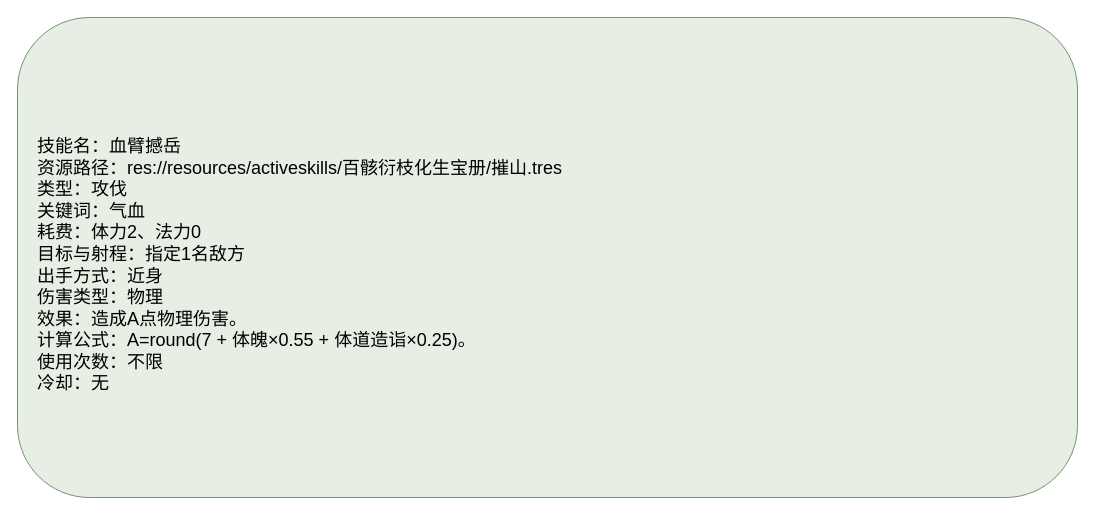
ankundanetracyc-spec/tian-guan-you-du keeps this draw.io diagram as docs/卡牌词典/秘籍技能/百骸衍枝化生宝册/血臂撼岳.drawio. Above is the earlier version. Source tidied: cells renumbered, new cells numbered last; positions are measured from the earlier drawing's top-left corner, leaving out a move shared by most shapes. Both pictures are drawn from the tidied source at 100%, with x=0, y=0 at pixel (17, 17).
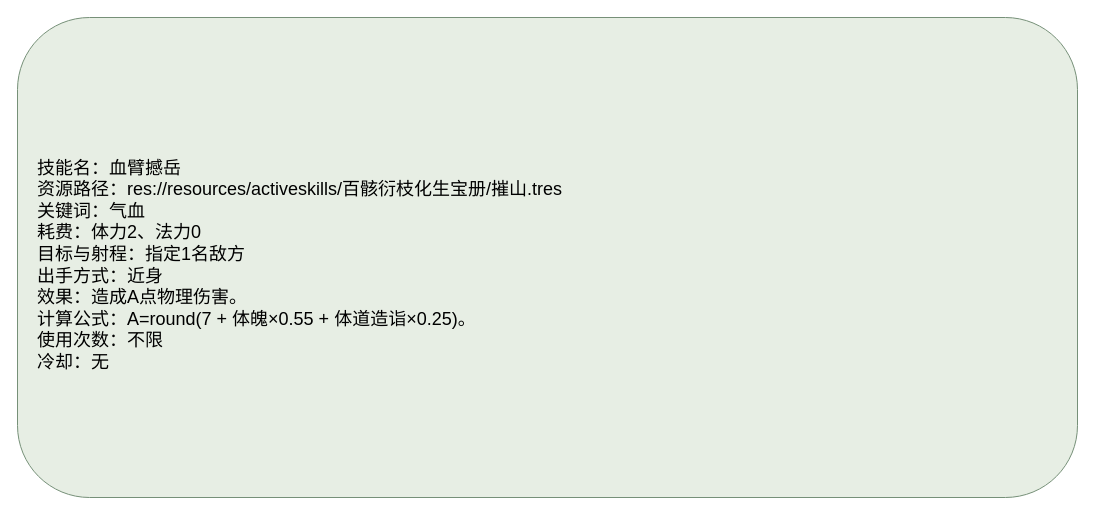
After the change.

The edit, as a diff of the source:
```diff
@@
 <mxGraphModel>
   <root>
     <mxCell id="0" />
     <mxCell id="1" parent="0" />
-    <mxCell id="2" value="&lt;div style=&quot;text-align:left;&quot;&gt;技能名：血臂撼岳&lt;br&gt;资源路径：res://resources/activeskills/百骸衍枝化生宝册/摧山.tres&lt;br&gt;类型：攻伐&lt;br&gt;关键词：气血&lt;br&gt;耗费：体力2、法力0&lt;br&gt;目标与射程：指定1名敌方&lt;br&gt;出手方式：近身&lt;br&gt;伤害类型：物理&lt;br&gt;效果：造成A点物理伤害。&lt;br&gt;计算公式：A=round(7 + 体魄×0.55 + 体道造诣×0.25)。&lt;br&gt;使用次数：不限&lt;br&gt;冷却：无&lt;/div&gt;" style="rounded=1;whiteSpace=wrap;html=1;fillColor=#e7eee4;strokeColor=#769078;fontSize=18;align=left;spacingLeft=18;spacingTop=16;" parent="1" vertex="1">
+    <mxCell id="2" value="&lt;div style=&quot;text-align:left;&quot;&gt;技能名：血臂撼岳&lt;br&gt;资源路径：res://resources/activeskills/百骸衍枝化生宝册/摧山.tres&lt;br&gt;关键词：气血&lt;br&gt;耗费：体力2、法力0&lt;br&gt;目标与射程：指定1名敌方&lt;br&gt;出手方式：近身&lt;br&gt;效果：造成A点物理伤害。&lt;br&gt;计算公式：A=round(7 + 体魄×0.55 + 体道造诣×0.25)。&lt;br&gt;使用次数：不限&lt;br&gt;冷却：无&lt;/div&gt;" style="rounded=1;whiteSpace=wrap;html=1;fillColor=#e7eee4;strokeColor=#769078;fontSize=18;align=left;spacingLeft=18;spacingTop=16;" parent="1" vertex="1">
       <mxGeometry width="1060" height="480" as="geometry" />
     </mxCell>
   </root>
 </mxGraphModel>
```
